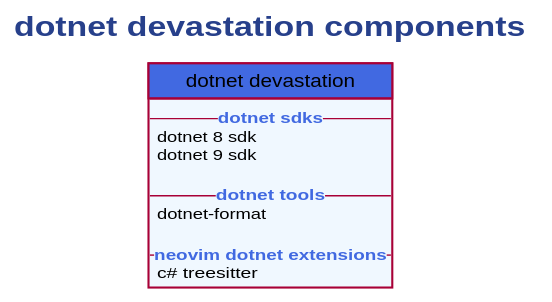
Earlier version of the PlantUML export docs/dotnet_architecture.svg (this-kirke/devastation). Source of this version:
```plantuml
@startuml dotnet devastation architecture


skinparam {
  FontName "Meslo Nerd Font"
  FontColor #333333
  BorderColor #4169E1
  ArrowColor #4169E1
  BackgroundColor white
  shadowing false
}

skinparam class {
  BorderThickness 1.5
  FontSize 13
  BackgroundColor #F0F8FF
  HeaderBackgroundColor #4169E1
  HeaderFontColor white
  HeaderFontSize 16
}

skinparam title {
  FontSize 20
  FontColor #27408B
  FontStyle bold
  BorderColor white
}

title dotnet devastation components

hide circle
hide stereotypes

class "dotnet devastation" as DotnetDev {
  -- <color:#4169E1><b>dotnet sdks</b></color> --
  dotnet 8 sdk
  dotnet 9 sdk

  -- <color:#4169E1><b>dotnet tools</b></color> --
  dotnet-format

  -- <color:#4169E1><b>neovim dotnet extensions</b></color> --
  c# treesitter
}

@enduml
```
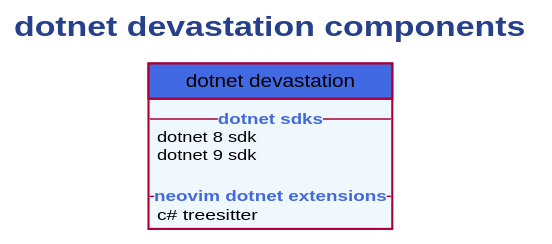
After the change.

Commit message:
Remove dotnet-format global tool and associated configuration.

Change to the diagram source:
```diff
@@ -36,9 +36,6 @@
   dotnet 8 sdk
   dotnet 9 sdk
 
-  -- <color:#4169E1><b>dotnet tools</b></color> --
-  dotnet-format
-
   -- <color:#4169E1><b>neovim dotnet extensions</b></color> --
   c# treesitter
 }
```
